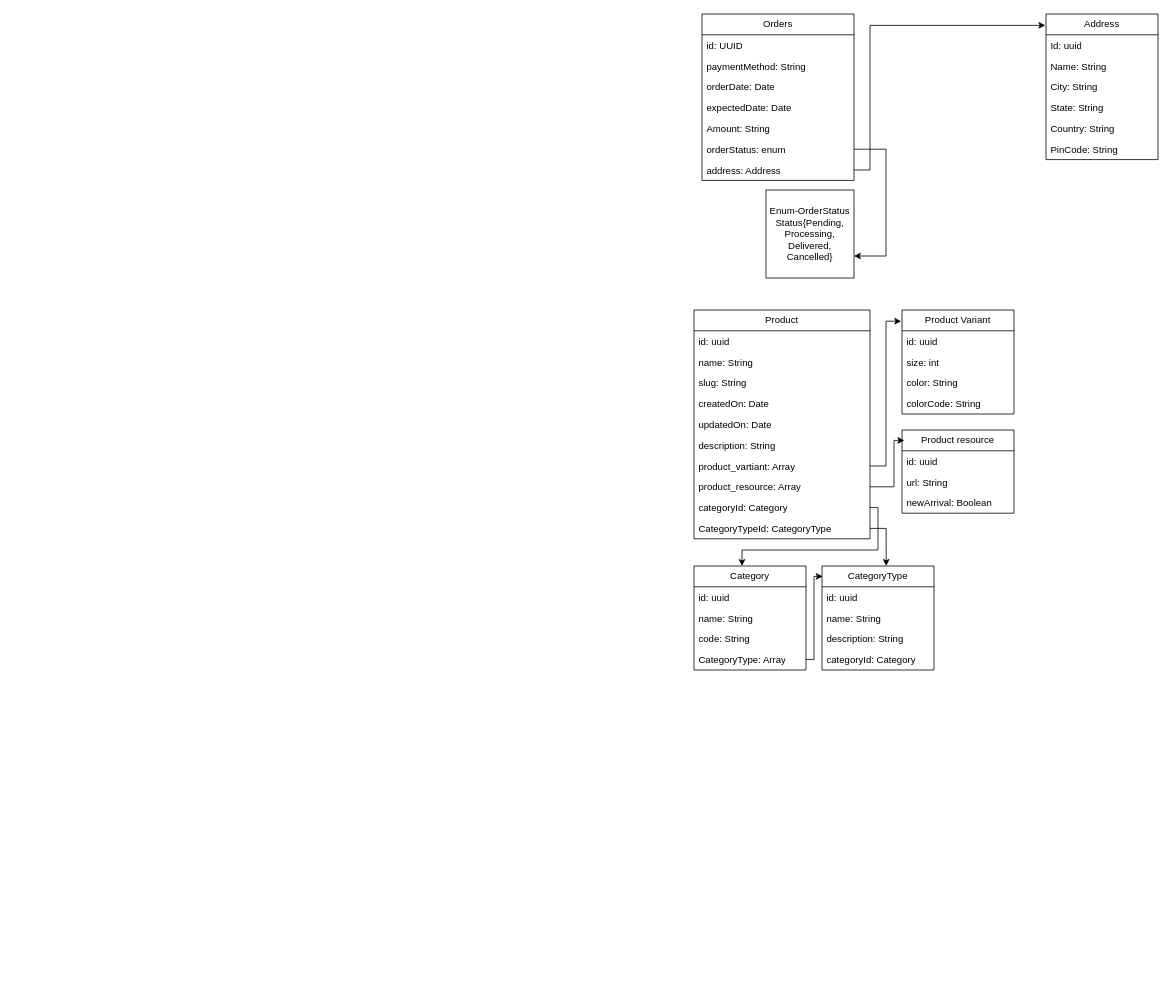
Above: ShopEase.drawio in Nikhil-keshri2213/DSA_Practice_Skills (draw.io), before the change. Source tidied: cells renumbered, new cells numbered last; positions are measured from the earlier drawing's top-left corner, leaving out a move shared by most shapes. Both pictures are drawn from the tidied source at 80%, with x=0, y=0 at pixel (694, 14).
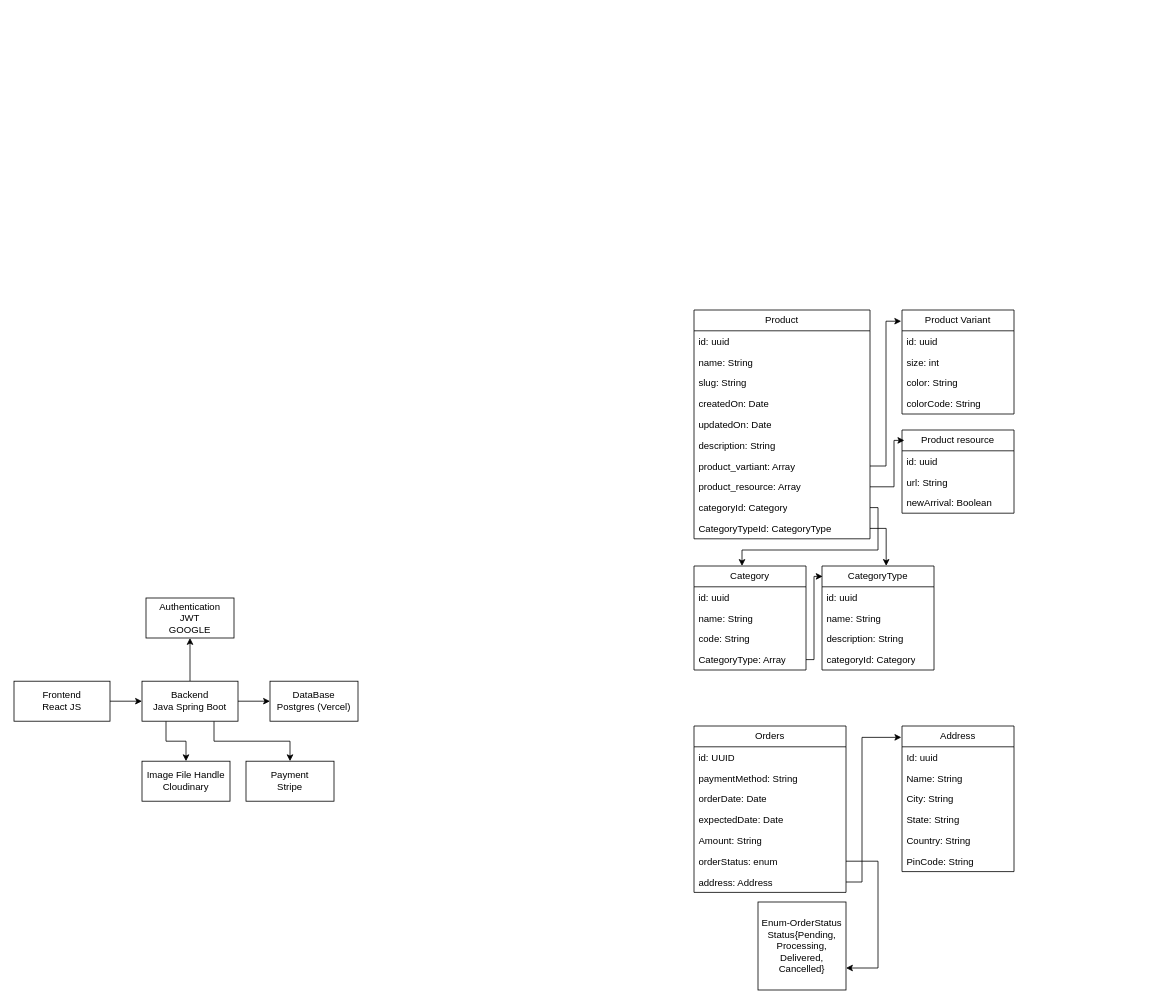
The same page after the edit.

Unchanged cells that the change refers to:
```xml
<mxCell id="8" value="orderStatus: enum" style="text;strokeColor=none;fillColor=none;align=left;verticalAlign=top;spacingLeft=4;spacingRight=4;overflow=hidden;points=[[0,0.5],[1,0.5]];portConstraint=eastwest;whiteSpace=wrap;html=1;" parent="2" vertex="1">
  <mxGeometry y="156" width="190" height="26" as="geometry" />
</mxCell>
<mxCell id="9" value="address: Address" style="text;strokeColor=none;fillColor=none;align=left;verticalAlign=top;spacingLeft=4;spacingRight=4;overflow=hidden;points=[[0,0.5],[1,0.5]];portConstraint=eastwest;whiteSpace=wrap;html=1;" parent="2" vertex="1">
  <mxGeometry y="182" width="190" height="26" as="geometry" />
</mxCell>
```

What changed in the source:
```diff
@@
     <mxCell id="2" value="Orders" style="swimlane;fontStyle=0;horizontal=1;startSize=26;fillColor=none;whiteSpace=wrap;html=1;" parent="1" vertex="1">
-      <mxGeometry x="10" width="190" height="208" as="geometry" />
+      <mxGeometry y="890" width="190" height="208" as="geometry" />
     </mxCell>
@@
     <mxCell id="10" value="Enum-OrderStatus&lt;div&gt;Status{Pending, Processing, Delivered, Cancelled}&lt;/div&gt;" style="html=1;whiteSpace=wrap;" parent="1" vertex="1">
-      <mxGeometry x="90" y="220" width="110" height="110" as="geometry" />
+      <mxGeometry x="80" y="1110" width="110" height="110" as="geometry" />
     </mxCell>
     <mxCell id="11" style="edgeStyle=orthogonalEdgeStyle;rounded=0;jettySize=auto;html=1;entryX=1;entryY=0.75;entryDx=0;entryDy=0;" parent="1" edge="1" source="8" target="10">
       <mxGeometry relative="1" as="geometry">
         <Array as="points">
-          <mxPoint x="240" y="169" />
-          <mxPoint x="240" y="303" />
+          <mxPoint x="230" y="1059" />
+          <mxPoint x="230" y="1193" />
         </Array>
       </mxGeometry>
     </mxCell>
     <mxCell id="12" value="Address" style="swimlane;fontStyle=0;horizontal=1;startSize=26;fillColor=none;whiteSpace=wrap;html=1;" parent="1" vertex="1">
-      <mxGeometry x="440" width="140" height="182" as="geometry" />
+      <mxGeometry x="260" y="890" width="140" height="182" as="geometry" />
     </mxCell>
@@
     <mxCell id="19" style="edgeStyle=orthogonalEdgeStyle;rounded=0;jettySize=auto;html=1;exitX=1;exitY=0.5;exitDx=0;exitDy=0;entryX=-0.006;entryY=0.078;entryDx=0;entryDy=0;entryPerimeter=0;" parent="1" edge="1" source="9" target="12">
       <mxGeometry relative="1" as="geometry">
         <Array as="points">
-          <mxPoint x="220" y="195" />
-          <mxPoint x="220" y="14" />
+          <mxPoint x="210" y="1085" />
+          <mxPoint x="210" y="904" />
         </Array>
       </mxGeometry>
     </mxCell>
@@
+    <mxCell id="55" style="edgeStyle=orthogonalEdgeStyle;rounded=0;jettySize=auto;html=1;exitX=1;exitY=0.5;exitDx=0;exitDy=0;entryX=0;entryY=0.5;entryDx=0;entryDy=0;" parent="1" edge="1" source="56" target="61">
+      <mxGeometry relative="1" as="geometry" />
+    </mxCell>
+    <mxCell id="56" value="Frontend&lt;br&gt;React JS" style="html=1;whiteSpace=wrap;" parent="1" vertex="1">
+      <mxGeometry x="-850" y="834" width="120" height="50" as="geometry" />
+    </mxCell>
+    <mxCell id="57" style="edgeStyle=orthogonalEdgeStyle;rounded=0;jettySize=auto;html=1;exitX=1;exitY=0.5;exitDx=0;exitDy=0;entryX=0;entryY=0.5;entryDx=0;entryDy=0;" parent="1" edge="1" source="61" target="62">
+      <mxGeometry relative="1" as="geometry" />
+    </mxCell>
+    <mxCell id="58" style="edgeStyle=orthogonalEdgeStyle;rounded=0;jettySize=auto;html=1;exitX=0.25;exitY=1;exitDx=0;exitDy=0;entryX=0.5;entryY=0;entryDx=0;entryDy=0;" parent="1" edge="1" source="61" target="63">
+      <mxGeometry relative="1" as="geometry" />
+    </mxCell>
+    <mxCell id="59" style="edgeStyle=orthogonalEdgeStyle;rounded=0;jettySize=auto;html=1;exitX=0.75;exitY=1;exitDx=0;exitDy=0;entryX=0.5;entryY=0;entryDx=0;entryDy=0;" parent="1" edge="1" source="61" target="64">
+      <mxGeometry relative="1" as="geometry" />
+    </mxCell>
+    <mxCell id="60" style="edgeStyle=orthogonalEdgeStyle;rounded=0;jettySize=auto;html=1;exitX=0.5;exitY=0;exitDx=0;exitDy=0;entryX=0.5;entryY=1;entryDx=0;entryDy=0;" parent="1" edge="1" source="61" target="65">
+      <mxGeometry relative="1" as="geometry" />
+    </mxCell>
+    <mxCell id="61" value="Backend&lt;br&gt;Java Spring Boot" style="html=1;whiteSpace=wrap;" parent="1" vertex="1">
+      <mxGeometry x="-690" y="834" width="120" height="50" as="geometry" />
+    </mxCell>
+    <mxCell id="62" value="DataBase&lt;br&gt;Postgres (Vercel)" style="html=1;whiteSpace=wrap;" parent="1" vertex="1">
+      <mxGeometry x="-530" y="834" width="110" height="50" as="geometry" />
+    </mxCell>
+    <mxCell id="63" value="Image File Handle&lt;br&gt;Cloudinary" style="html=1;whiteSpace=wrap;" parent="1" vertex="1">
+      <mxGeometry x="-690" y="934" width="110" height="50" as="geometry" />
+    </mxCell>
+    <mxCell id="64" value="Payment&lt;br&gt;Stripe" style="html=1;whiteSpace=wrap;" parent="1" vertex="1">
+      <mxGeometry x="-560" y="934" width="110" height="50" as="geometry" />
+    </mxCell>
+    <mxCell id="65" value="Authentication&lt;br&gt;JWT&lt;br&gt;GOOGLE" style="html=1;whiteSpace=wrap;" parent="1" vertex="1">
+      <mxGeometry x="-685" y="730" width="110" height="50" as="geometry" />
+    </mxCell>
```
